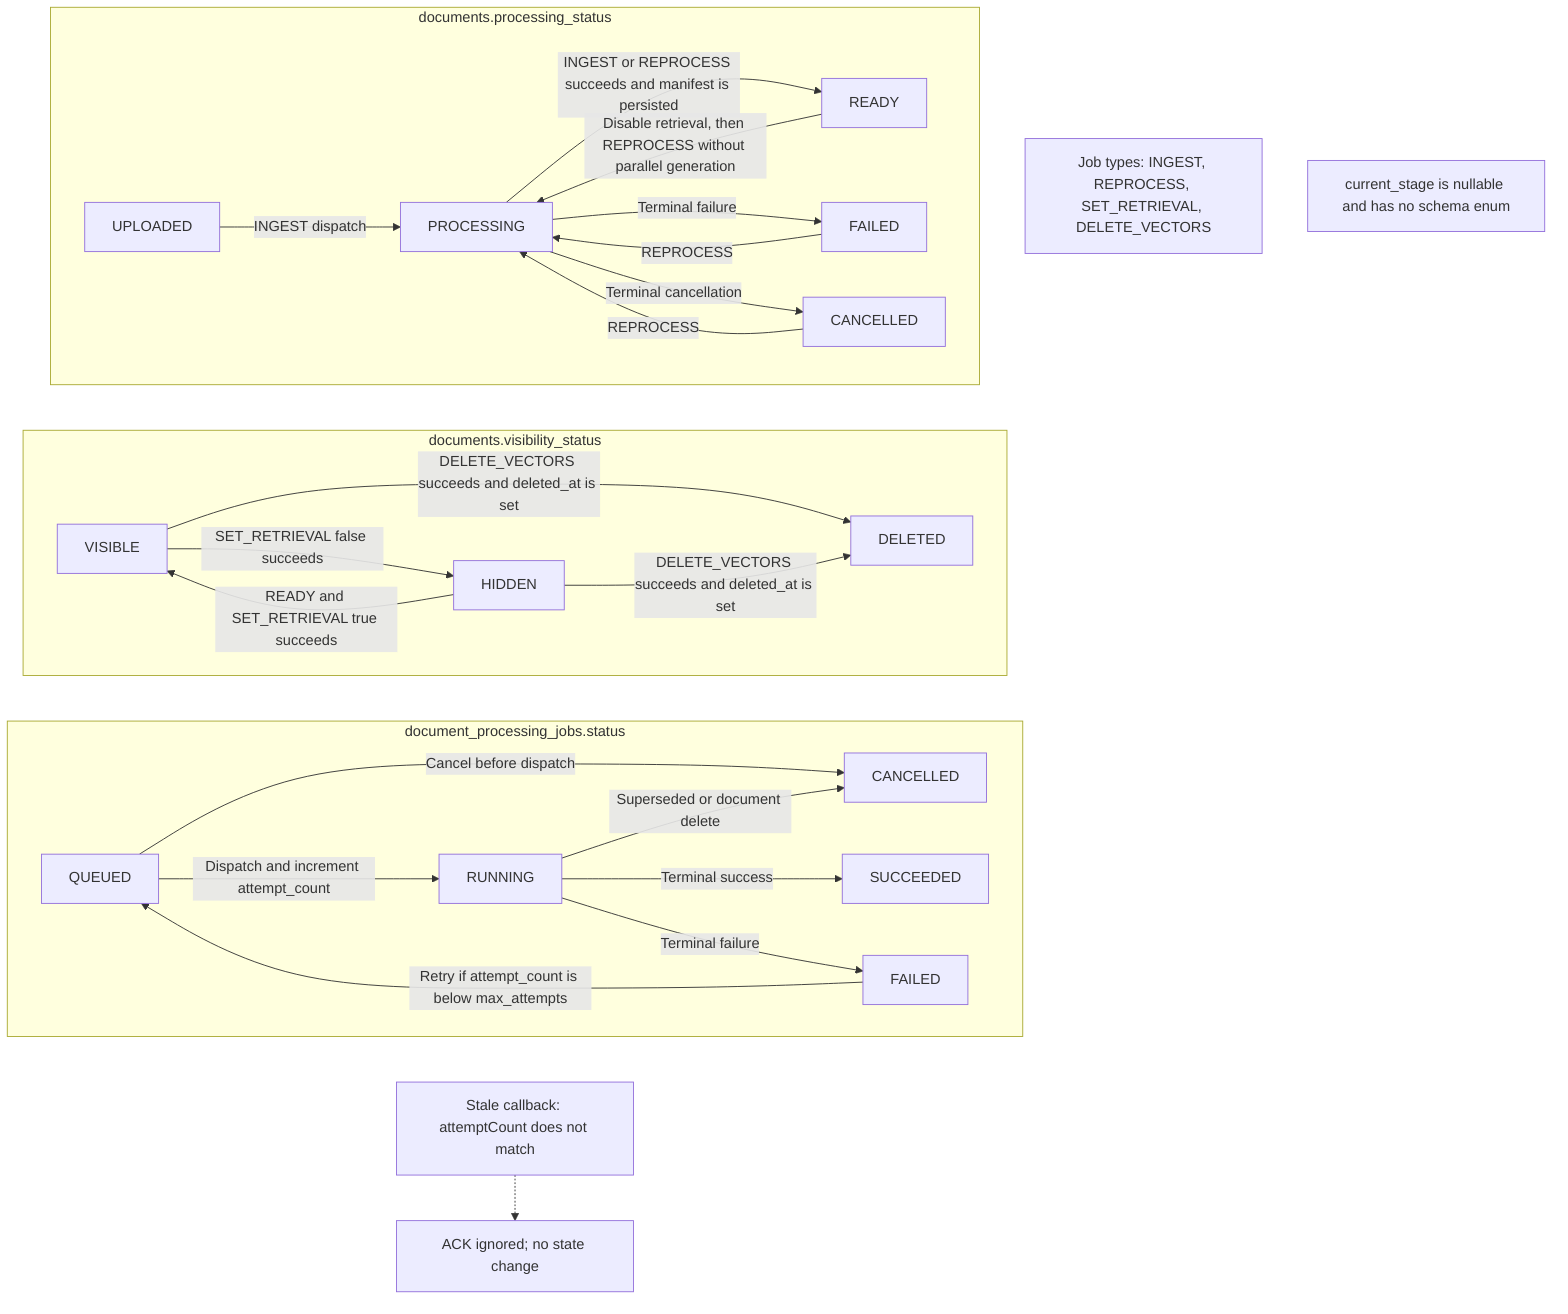
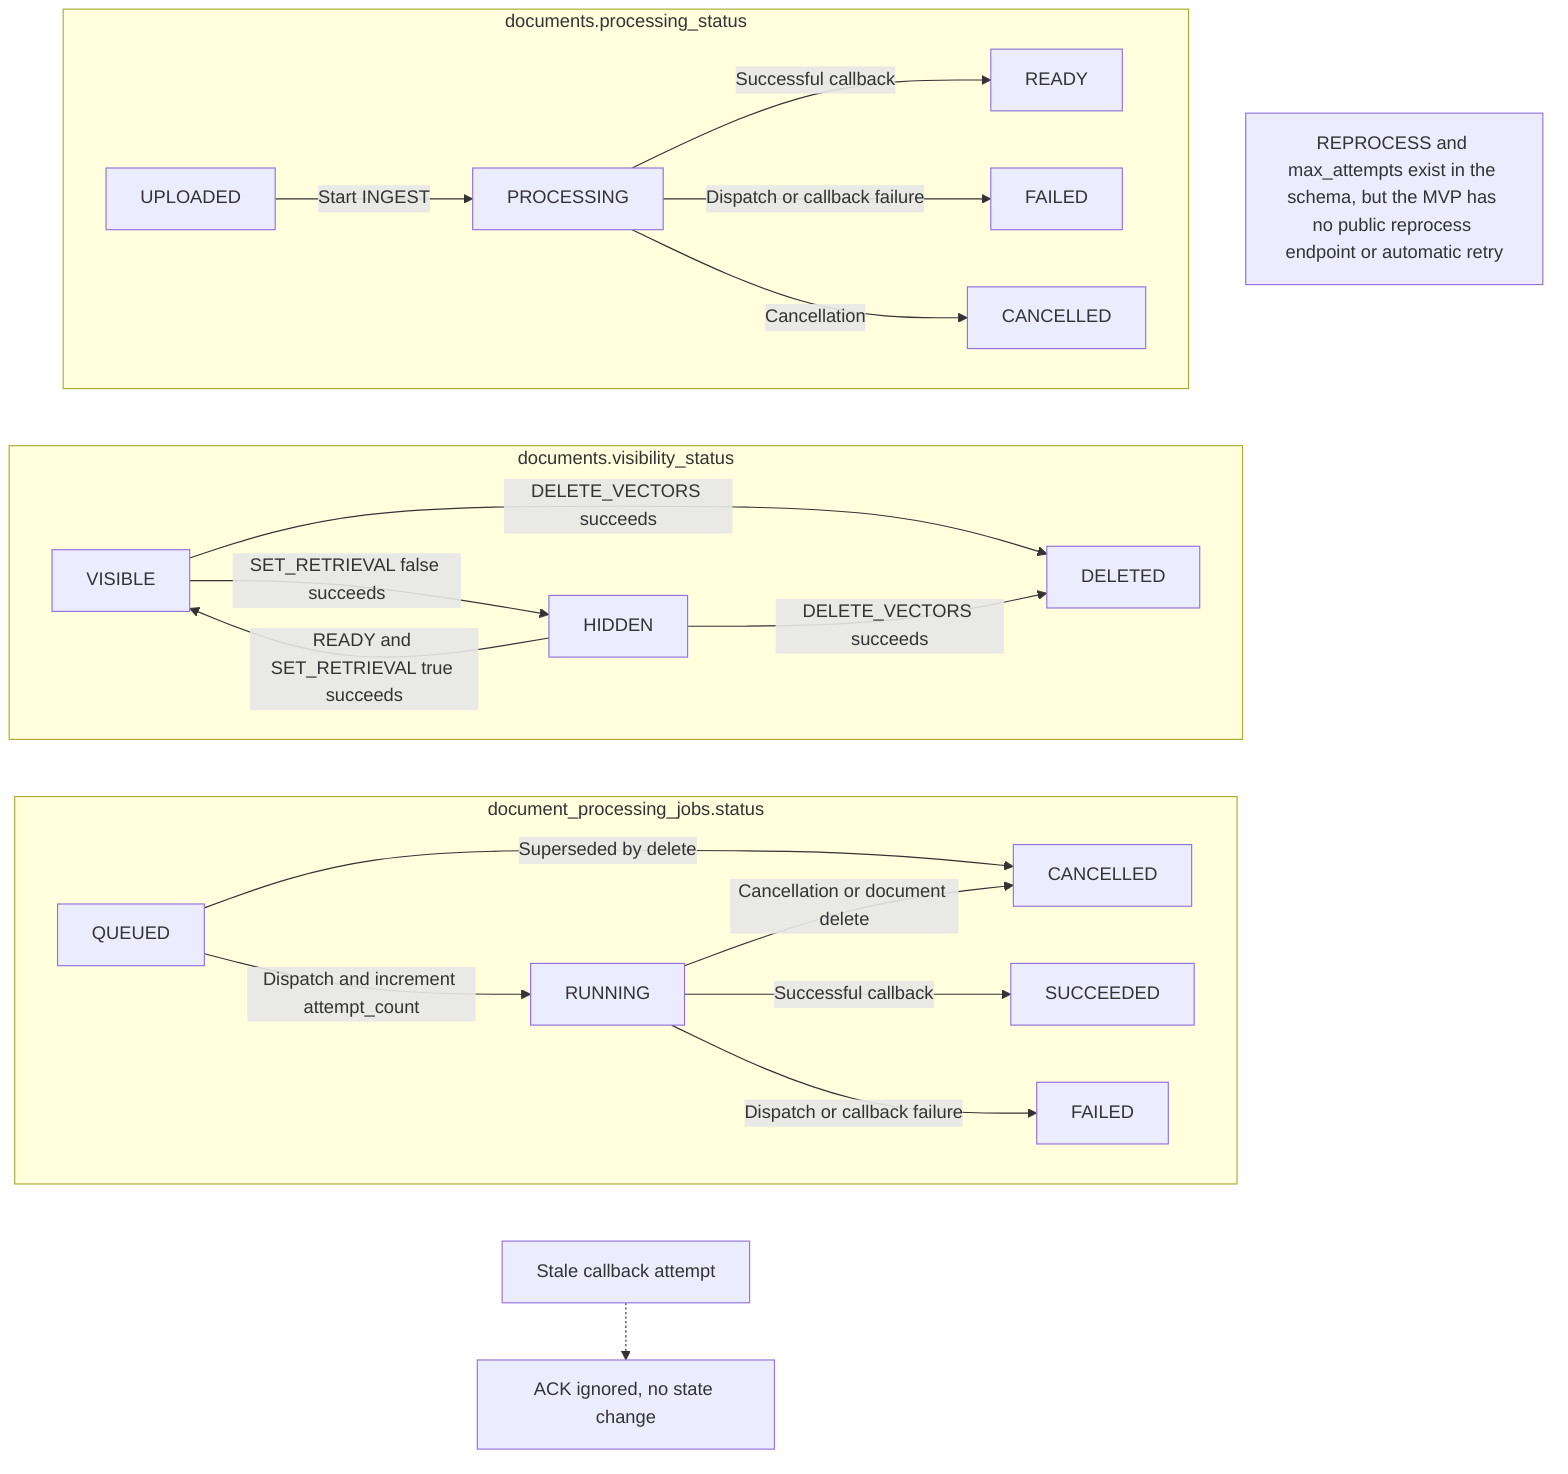
- %% 03 Document and job states | Status: MVP IMPLEMENTED transitions
+ %% 03 Document and job states | Implemented MVP transitions
flowchart TB
  subgraph DOC[documents.processing_status]
    direction LR
-     DU[UPLOADED] -->|INGEST dispatch| DP[PROCESSING]
-     DP -->|INGEST or REPROCESS succeeds and manifest is persisted| DR[READY]
-     DP -->|Terminal failure| DF[FAILED]
-     DP -->|Terminal cancellation| DC[CANCELLED]
-     DF -->|REPROCESS| DP
-     DC -->|REPROCESS| DP
-     DR -->|Disable retrieval, then REPROCESS without parallel generation| DP
+     DU[UPLOADED] -->|Start INGEST| DP[PROCESSING]
+     DP -->|Successful callback| DR[READY]
+     DP -->|Dispatch or callback failure| DF[FAILED]
+     DP -->|Cancellation| DC[CANCELLED]
  end

  subgraph VIS[documents.visibility_status]
    direction LR
    VV[VISIBLE] -->|SET_RETRIEVAL false succeeds| VH[HIDDEN]
    VH -->|READY and SET_RETRIEVAL true succeeds| VV
-     VV -->|DELETE_VECTORS succeeds and deleted_at is set| VD[DELETED]
-     VH -->|DELETE_VECTORS succeeds and deleted_at is set| VD
+     VV -->|DELETE_VECTORS succeeds| VD[DELETED]
+     VH -->|DELETE_VECTORS succeeds| VD
  end

  subgraph JOB[document_processing_jobs.status]
    direction LR
    JQ[QUEUED] -->|Dispatch and increment attempt_count| JR[RUNNING]
-     JQ -->|Cancel before dispatch| JC[CANCELLED]
-     JR -->|Terminal success| JS[SUCCEEDED]
-     JR -->|Terminal failure| JF[FAILED]
-     JR -->|Superseded or document delete| JC
-     JF -->|Retry if attempt_count is below max_attempts| JQ
+     JQ -->|Superseded by delete| JC[CANCELLED]
+     JR -->|Successful callback| JS[SUCCEEDED]
+     JR -->|Dispatch or callback failure| JF[FAILED]
+     JR -->|Cancellation or document delete| JC
  end

-   STALE[Stale callback: attemptCount does not match] -.-> IGNORED[ACK ignored; no state change]
-   TYPES[Job types: INGEST, REPROCESS, SET_RETRIEVAL, DELETE_VECTORS]
-   STAGE[current_stage is nullable and has no schema enum]
+   STALE[Stale callback attempt] -.-> IGNORED[ACK ignored, no state change]
+   RESERVED[REPROCESS and max_attempts exist in the schema, but the MVP has no public reprocess endpoint or automatic retry]

  DR ~~~ VV
  VD ~~~ JQ
  JC ~~~ STALE
